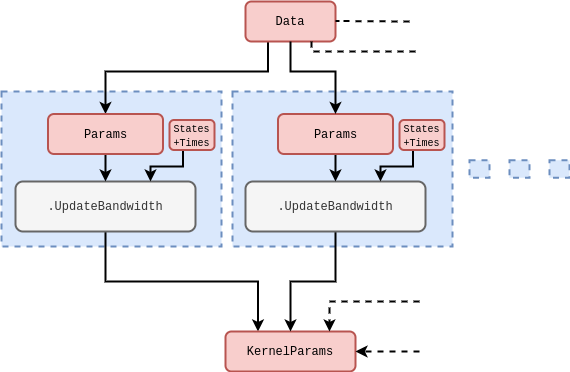
umbralcalc/umbralcalc.github.io keeps this draw.io diagram as assets/stochadexIV/stochadexIV-update-kernel-code.drawio.png. Above is the earlier version. Source tidied: cells renumbered, new cells last; positions are measured from the earlier drawing's top-left corner, leaving out a move shared by most shapes. Source of this version:
```xml
<mxGraphModel>
  <root>
    <mxCell id="0" />
    <mxCell id="1" parent="0" />
    <mxCell id="2" style="rounded=0;whiteSpace=wrap;html=1;dashed=1;strokeWidth=2;fillColor=#dae8fc;strokeColor=#6c8ebf;" parent="1" vertex="1">
      <mxGeometry y="90" width="220" height="155" as="geometry" />
    </mxCell>
    <mxCell id="3" style="edgeStyle=orthogonalEdgeStyle;rounded=0;jettySize=auto;html=1;entryX=0.5;entryY=0;entryDx=0;entryDy=0;strokeWidth=2;exitX=0.25;exitY=1;exitDx=0;exitDy=0;" parent="1" edge="1" source="4" target="8">
      <mxGeometry relative="1" as="geometry">
        <Array as="points">
          <mxPoint x="267" y="70" />
          <mxPoint x="104" y="70" />
        </Array>
      </mxGeometry>
    </mxCell>
    <mxCell id="4" value="&lt;font face=&quot;Courier New&quot;&gt;Data&lt;/font&gt;" style="rounded=1;whiteSpace=wrap;html=1;strokeWidth=2;fillColor=#f8cecc;strokeColor=#b85450;" parent="1" vertex="1">
      <mxGeometry x="244" width="90" height="40" as="geometry" />
    </mxCell>
    <mxCell id="5" style="edgeStyle=orthogonalEdgeStyle;rounded=0;jettySize=auto;html=1;strokeWidth=2;entryX=0.25;entryY=0;entryDx=0;entryDy=0;" parent="1" edge="1" source="6" target="9">
      <mxGeometry relative="1" as="geometry">
        <Array as="points">
          <mxPoint x="104" y="280" />
          <mxPoint x="257" y="280" />
        </Array>
      </mxGeometry>
    </mxCell>
    <mxCell id="6" value="&lt;font face=&quot;Courier New&quot;&gt;.UpdateBandwidth&lt;/font&gt;" style="rounded=1;whiteSpace=wrap;html=1;strokeWidth=2;fillColor=#f5f5f5;fontColor=#333333;strokeColor=#666666;" parent="1" vertex="1">
      <mxGeometry x="14" y="180" width="180" height="50" as="geometry" />
    </mxCell>
    <mxCell id="7" style="edgeStyle=orthogonalEdgeStyle;rounded=0;jettySize=auto;html=1;strokeWidth=2;" parent="1" edge="1" source="8" target="6">
      <mxGeometry relative="1" as="geometry" />
    </mxCell>
    <mxCell id="8" value="&lt;font face=&quot;Courier New&quot;&gt;Params&lt;/font&gt;" style="rounded=1;whiteSpace=wrap;html=1;strokeWidth=2;fillColor=#f8cecc;strokeColor=#b85450;" parent="1" vertex="1">
      <mxGeometry x="46.5" y="112.5" width="115" height="40" as="geometry" />
    </mxCell>
    <mxCell id="9" value="&lt;font face=&quot;Courier New&quot;&gt;KernelParams&lt;/font&gt;" style="rounded=1;whiteSpace=wrap;html=1;strokeWidth=2;fillColor=#f8cecc;strokeColor=#b85450;" parent="1" vertex="1">
      <mxGeometry x="224" y="330" width="130" height="40" as="geometry" />
    </mxCell>
    <mxCell id="10" style="edgeStyle=orthogonalEdgeStyle;rounded=0;jettySize=auto;html=1;entryX=0.75;entryY=0;entryDx=0;entryDy=0;strokeWidth=2;" parent="1" edge="1" target="6">
      <mxGeometry relative="1" as="geometry">
        <mxPoint x="181.5" y="147.5" as="sourcePoint" />
        <Array as="points">
          <mxPoint x="182" y="165" />
          <mxPoint x="149" y="165" />
        </Array>
      </mxGeometry>
    </mxCell>
    <mxCell id="11" style="rounded=0;whiteSpace=wrap;html=1;dashed=1;strokeWidth=2;fillColor=#dae8fc;strokeColor=#6c8ebf;" parent="1" vertex="1">
      <mxGeometry x="231" y="90" width="220" height="155" as="geometry" />
    </mxCell>
    <mxCell id="12" style="edgeStyle=orthogonalEdgeStyle;rounded=0;jettySize=auto;html=1;strokeWidth=2;entryX=0.5;entryY=0;entryDx=0;entryDy=0;" parent="1" edge="1" source="13" target="9">
      <mxGeometry relative="1" as="geometry" />
    </mxCell>
    <mxCell id="13" value="&lt;font face=&quot;Courier New&quot;&gt;.UpdateBandwidth&lt;/font&gt;" style="rounded=1;whiteSpace=wrap;html=1;strokeWidth=2;fillColor=#f5f5f5;fontColor=#333333;strokeColor=#666666;" parent="1" vertex="1">
      <mxGeometry x="244" y="180" width="180" height="50" as="geometry" />
    </mxCell>
    <mxCell id="14" style="edgeStyle=orthogonalEdgeStyle;rounded=0;jettySize=auto;html=1;strokeWidth=2;" parent="1" edge="1" source="15" target="13">
      <mxGeometry relative="1" as="geometry" />
    </mxCell>
    <mxCell id="15" value="&lt;font face=&quot;Courier New&quot;&gt;Params&lt;/font&gt;" style="rounded=1;whiteSpace=wrap;html=1;strokeWidth=2;fillColor=#f8cecc;strokeColor=#b85450;" parent="1" vertex="1">
      <mxGeometry x="276.5" y="112.5" width="115" height="40" as="geometry" />
    </mxCell>
    <mxCell id="16" style="edgeStyle=orthogonalEdgeStyle;rounded=0;jettySize=auto;html=1;entryX=0.75;entryY=0;entryDx=0;entryDy=0;strokeWidth=2;" parent="1" edge="1" target="13">
      <mxGeometry relative="1" as="geometry">
        <mxPoint x="411.5" y="147.5" as="sourcePoint" />
        <Array as="points">
          <mxPoint x="412" y="165" />
          <mxPoint x="379" y="165" />
        </Array>
      </mxGeometry>
    </mxCell>
    <mxCell id="17" style="edgeStyle=orthogonalEdgeStyle;rounded=0;jettySize=auto;html=1;entryX=0.5;entryY=0;entryDx=0;entryDy=0;strokeWidth=2;exitX=0.5;exitY=1;exitDx=0;exitDy=0;" parent="1" edge="1" source="4" target="15">
      <mxGeometry relative="1" as="geometry">
        <Array as="points">
          <mxPoint x="289" y="70" />
          <mxPoint x="334" y="70" />
        </Array>
      </mxGeometry>
    </mxCell>
    <mxCell id="18" style="rounded=0;whiteSpace=wrap;html=1;dashed=1;strokeWidth=2;fillColor=#dae8fc;strokeColor=#6c8ebf;" parent="1" vertex="1">
      <mxGeometry x="468" y="158.8" width="20" height="17.5" as="geometry" />
    </mxCell>
    <mxCell id="19" style="endArrow=classic;html=1;rounded=0;strokeWidth=2;dashed=1;" parent="1" edge="1">
      <mxGeometry relative="1" as="geometry">
        <mxPoint x="418" y="350" as="sourcePoint" />
        <mxPoint x="354" y="350" as="targetPoint" />
      </mxGeometry>
    </mxCell>
    <mxCell id="20" style="edgeStyle=orthogonalEdgeStyle;rounded=0;orthogonalLoop=1;jettySize=auto;html=1;strokeWidth=2;entryX=0.5;entryY=0;entryDx=0;entryDy=0;dashed=1;" parent="1" edge="1">
      <mxGeometry relative="1" as="geometry">
        <mxPoint x="418" y="300" as="sourcePoint" />
        <mxPoint x="328" y="330" as="targetPoint" />
        <Array as="points">
          <mxPoint x="373" y="300" />
          <mxPoint x="329" y="300" />
        </Array>
      </mxGeometry>
    </mxCell>
    <mxCell id="21" style="edgeStyle=orthogonalEdgeStyle;rounded=0;orthogonalLoop=1;jettySize=auto;html=1;strokeWidth=2;exitX=0.5;exitY=1;exitDx=0;exitDy=0;endArrow=none;startFill=0;dashed=1;" parent="1" edge="1">
      <mxGeometry relative="1" as="geometry">
        <mxPoint x="310" y="40" as="sourcePoint" />
        <mxPoint x="418" y="50" as="targetPoint" />
        <Array as="points">
          <mxPoint x="310" y="50" />
          <mxPoint x="399" y="50" />
        </Array>
      </mxGeometry>
    </mxCell>
    <mxCell id="22" style="rounded=0;whiteSpace=wrap;html=1;dashed=1;strokeWidth=2;fillColor=#dae8fc;strokeColor=#6c8ebf;" parent="1" vertex="1">
      <mxGeometry x="508" y="158.8" width="20" height="17.5" as="geometry" />
    </mxCell>
    <mxCell id="23" style="rounded=0;whiteSpace=wrap;html=1;dashed=1;strokeWidth=2;fillColor=#dae8fc;strokeColor=#6c8ebf;" parent="1" vertex="1">
      <mxGeometry x="548" y="158.8" width="20" height="17.5" as="geometry" />
    </mxCell>
    <mxCell id="24" style="edgeStyle=orthogonalEdgeStyle;rounded=0;orthogonalLoop=1;jettySize=auto;html=1;strokeWidth=2;endArrow=none;startFill=0;dashed=1;" parent="1" edge="1">
      <mxGeometry relative="1" as="geometry">
        <mxPoint x="338" y="19.5" as="sourcePoint" />
        <mxPoint x="408" y="20" as="targetPoint" />
        <Array as="points">
          <mxPoint x="334" y="19.5" />
          <mxPoint x="423" y="19.5" />
        </Array>
      </mxGeometry>
    </mxCell>
    <mxCell id="25" value="&lt;div style=&quot;line-height: 100%;&quot;&gt;&lt;span style=&quot;font-size: 10px; background-color: transparent; color: light-dark(rgb(0, 0, 0), rgb(255, 255, 255));&quot;&gt;&lt;font face=&quot;Courier New&quot;&gt;States&lt;/font&gt;&lt;/span&gt;&lt;div&gt;&lt;font face=&quot;Courier New&quot; style=&quot;line-height: 100%; font-size: 10px;&quot;&gt;&lt;font style=&quot;&quot;&gt;+&lt;/font&gt;&lt;span style=&quot;background-color: transparent; color: light-dark(rgb(0, 0, 0), rgb(255, 255, 255));&quot;&gt;Times&lt;/span&gt;&lt;/font&gt;&lt;/div&gt;&lt;/div&gt;" style="rounded=1;whiteSpace=wrap;html=1;strokeWidth=2;fillColor=#f8cecc;strokeColor=#b85450;" parent="1" vertex="1">
      <mxGeometry x="168" y="118.5" width="45" height="30" as="geometry" />
    </mxCell>
    <mxCell id="26" value="&lt;div style=&quot;line-height: 100%;&quot;&gt;&lt;span style=&quot;font-size: 10px; background-color: transparent; color: light-dark(rgb(0, 0, 0), rgb(255, 255, 255));&quot;&gt;&lt;font face=&quot;Courier New&quot;&gt;States&lt;/font&gt;&lt;/span&gt;&lt;div&gt;&lt;font face=&quot;Courier New&quot; style=&quot;line-height: 100%; font-size: 10px;&quot;&gt;&lt;font style=&quot;&quot;&gt;+&lt;/font&gt;&lt;span style=&quot;background-color: transparent; color: light-dark(rgb(0, 0, 0), rgb(255, 255, 255));&quot;&gt;Times&lt;/span&gt;&lt;/font&gt;&lt;/div&gt;&lt;/div&gt;" style="rounded=1;whiteSpace=wrap;html=1;strokeWidth=2;fillColor=#f8cecc;strokeColor=#b85450;" parent="1" vertex="1">
      <mxGeometry x="398" y="118.5" width="45" height="30" as="geometry" />
    </mxCell>
  </root>
</mxGraphModel>
```
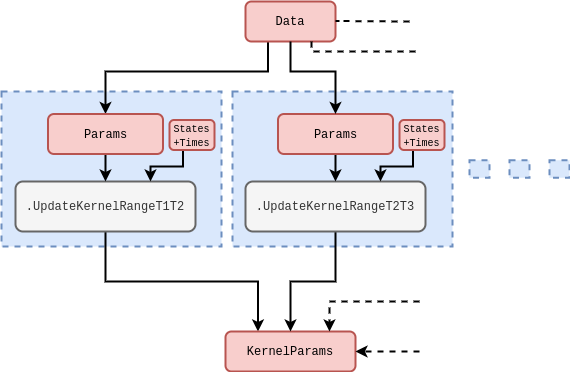
Above is the later version.

Change to the diagram source:
```diff
@@ -24,7 +24,7 @@
         </Array>
       </mxGeometry>
     </mxCell>
-    <mxCell id="6" value="&lt;font face=&quot;Courier New&quot;&gt;.UpdateBandwidth&lt;/font&gt;" style="rounded=1;whiteSpace=wrap;html=1;strokeWidth=2;fillColor=#f5f5f5;fontColor=#333333;strokeColor=#666666;" parent="1" vertex="1">
+    <mxCell id="6" value="&lt;font face=&quot;Courier New&quot;&gt;.UpdateKernelRangeT1T2&lt;/font&gt;" style="rounded=1;whiteSpace=wrap;html=1;strokeWidth=2;fillColor=#f5f5f5;fontColor=#333333;strokeColor=#666666;" parent="1" vertex="1">
       <mxGeometry x="14" y="180" width="180" height="50" as="geometry" />
     </mxCell>
     <mxCell id="7" style="edgeStyle=orthogonalEdgeStyle;rounded=0;jettySize=auto;html=1;strokeWidth=2;" parent="1" edge="1" source="8" target="6">
@@ -51,7 +51,7 @@
     <mxCell id="12" style="edgeStyle=orthogonalEdgeStyle;rounded=0;jettySize=auto;html=1;strokeWidth=2;entryX=0.5;entryY=0;entryDx=0;entryDy=0;" parent="1" edge="1" source="13" target="9">
       <mxGeometry relative="1" as="geometry" />
     </mxCell>
-    <mxCell id="13" value="&lt;font face=&quot;Courier New&quot;&gt;.UpdateBandwidth&lt;/font&gt;" style="rounded=1;whiteSpace=wrap;html=1;strokeWidth=2;fillColor=#f5f5f5;fontColor=#333333;strokeColor=#666666;" parent="1" vertex="1">
+    <mxCell id="13" value="&lt;span style=&quot;font-family: &amp;quot;Courier New&amp;quot;;&quot;&gt;.UpdateKernelRangeT2T3&lt;/span&gt;" style="rounded=1;whiteSpace=wrap;html=1;strokeWidth=2;fillColor=#f5f5f5;fontColor=#333333;strokeColor=#666666;" parent="1" vertex="1">
       <mxGeometry x="244" y="180" width="180" height="50" as="geometry" />
     </mxCell>
     <mxCell id="14" style="edgeStyle=orthogonalEdgeStyle;rounded=0;jettySize=auto;html=1;strokeWidth=2;" parent="1" edge="1" source="15" target="13">
```
